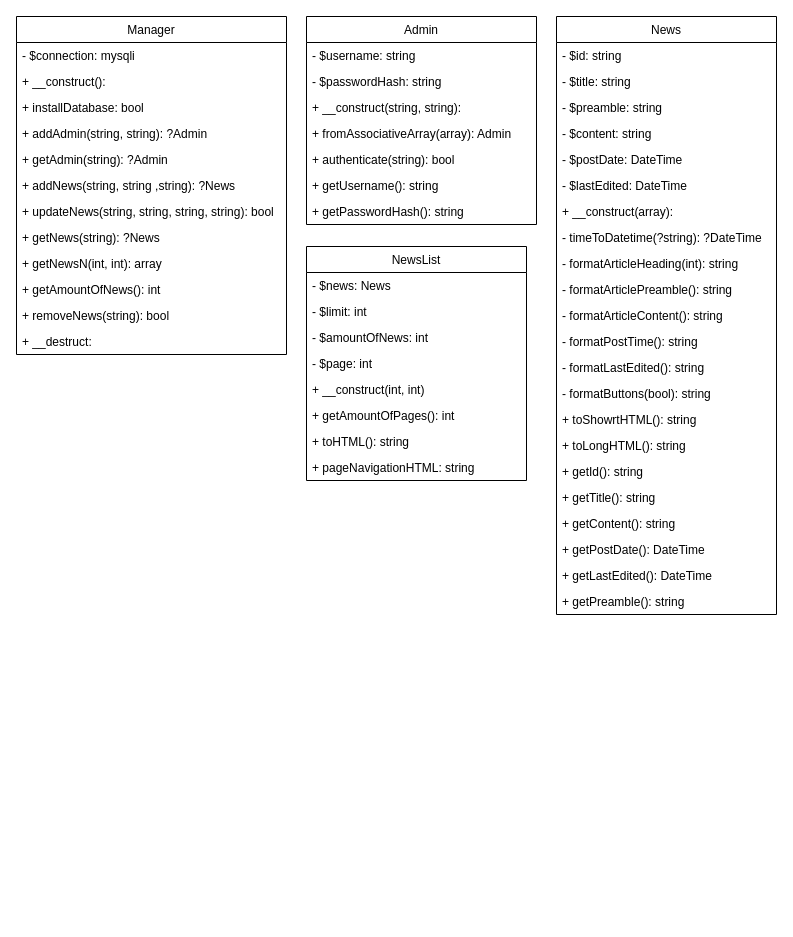
The draw.io diagram webbutveckling/Webbutveckling2/Moment/Moment3/UML.drawio in EliasEriksson/miun, before the edit. Source tidied: cells renumbered, new cells numbered last; positions are measured from the earlier drawing's top-left corner, leaving out a move shared by most shapes. Both pictures are drawn from the tidied source at 100%, with x=0, y=0 at pixel (16, 16).
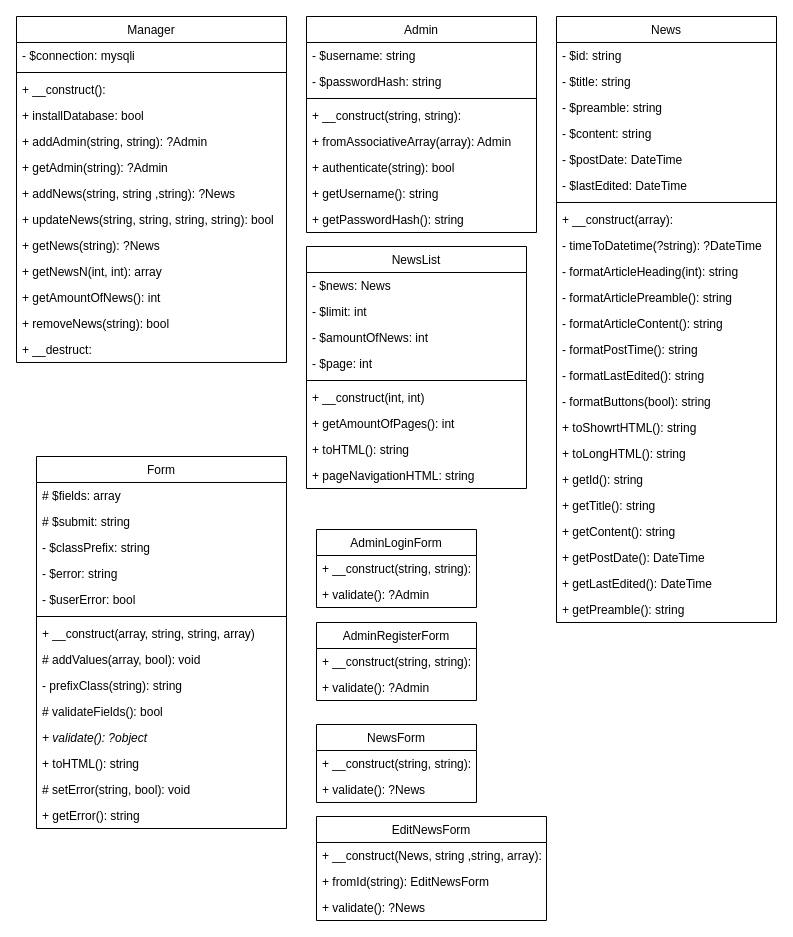
After the change.

Diff of the diagram source:
```diff
@@
     <mxCell id="2" value="Manager" style="swimlane;fontStyle=0;horizontal=1;startSize=26;fillColor=none;" parent="1" vertex="1">
-      <mxGeometry width="270" height="338" as="geometry" />
+      <mxGeometry width="270" height="346" as="geometry" />
     </mxCell>
@@
+    <mxCell id="55" style="line;strokeWidth=1;fillColor=none;align=left;verticalAlign=middle;spacingTop=-1;spacingLeft=3;spacingRight=3;labelPosition=right;" parent="2" vertex="1">
+      <mxGeometry y="52" width="270" height="8" as="geometry" />
+    </mxCell>
     <mxCell id="4" value="+ __construct():" style="text;strokeColor=none;fillColor=none;align=left;verticalAlign=top;spacingLeft=4;spacingRight=4;overflow=hidden;" parent="2" vertex="1">
-      <mxGeometry y="52" width="270" height="26" as="geometry" />
+      <mxGeometry y="60" width="270" height="26" as="geometry" />
     </mxCell>
     <mxCell id="5" value="+ installDatabase: bool" style="text;strokeColor=none;fillColor=none;align=left;verticalAlign=top;spacingLeft=4;spacingRight=4;overflow=hidden;" parent="2" vertex="1">
-      <mxGeometry y="78" width="270" height="26" as="geometry" />
+      <mxGeometry y="86" width="270" height="26" as="geometry" />
     </mxCell>
     <mxCell id="6" value="+ addAdmin(string, string): ?Admin" style="text;strokeColor=none;fillColor=none;align=left;verticalAlign=top;spacingLeft=4;spacingRight=4;overflow=hidden;" parent="2" vertex="1">
-      <mxGeometry y="104" width="270" height="26" as="geometry" />
+      <mxGeometry y="112" width="270" height="26" as="geometry" />
     </mxCell>
     <mxCell id="7" value="+ getAdmin(string): ?Admin" style="text;strokeColor=none;fillColor=none;align=left;verticalAlign=top;spacingLeft=4;spacingRight=4;overflow=hidden;" parent="2" vertex="1">
-      <mxGeometry y="130" width="270" height="26" as="geometry" />
+      <mxGeometry y="138" width="270" height="26" as="geometry" />
     </mxCell>
     <mxCell id="8" value="+ addNews(string, string ,string): ?News" style="text;strokeColor=none;fillColor=none;align=left;verticalAlign=top;spacingLeft=4;spacingRight=4;overflow=hidden;" parent="2" vertex="1">
-      <mxGeometry y="156" width="270" height="26" as="geometry" />
+      <mxGeometry y="164" width="270" height="26" as="geometry" />
     </mxCell>
     <mxCell id="9" value="+ updateNews(string, string, string, string): bool" style="text;strokeColor=none;fillColor=none;align=left;verticalAlign=top;spacingLeft=4;spacingRight=4;overflow=hidden;" parent="2" vertex="1">
-      <mxGeometry y="182" width="270" height="26" as="geometry" />
+      <mxGeometry y="190" width="270" height="26" as="geometry" />
     </mxCell>
     <mxCell id="10" value="+ getNews(string): ?News" style="text;strokeColor=none;fillColor=none;align=left;verticalAlign=top;spacingLeft=4;spacingRight=4;overflow=hidden;" parent="2" vertex="1">
-      <mxGeometry y="208" width="270" height="26" as="geometry" />
+      <mxGeometry y="216" width="270" height="26" as="geometry" />
     </mxCell>
     <mxCell id="11" value="+ getNewsN(int, int): array" style="text;strokeColor=none;fillColor=none;align=left;verticalAlign=top;spacingLeft=4;spacingRight=4;overflow=hidden;" parent="2" vertex="1">
-      <mxGeometry y="234" width="270" height="26" as="geometry" />
+      <mxGeometry y="242" width="270" height="26" as="geometry" />
     </mxCell>
     <mxCell id="12" value="+ getAmountOfNews(): int" style="text;strokeColor=none;fillColor=none;align=left;verticalAlign=top;spacingLeft=4;spacingRight=4;overflow=hidden;" parent="2" vertex="1">
-      <mxGeometry y="260" width="270" height="26" as="geometry" />
+      <mxGeometry y="268" width="270" height="26" as="geometry" />
     </mxCell>
     <mxCell id="13" value="+ removeNews(string): bool" style="text;strokeColor=none;fillColor=none;align=left;verticalAlign=top;spacingLeft=4;spacingRight=4;overflow=hidden;" parent="2" vertex="1">
-      <mxGeometry y="286" width="270" height="26" as="geometry" />
+      <mxGeometry y="294" width="270" height="26" as="geometry" />
     </mxCell>
     <mxCell id="14" value="+ __destruct:" style="text;strokeColor=none;fillColor=none;align=left;verticalAlign=top;spacingLeft=4;spacingRight=4;overflow=hidden;" parent="2" vertex="1">
-      <mxGeometry y="312" width="270" height="26" as="geometry" />
+      <mxGeometry y="320" width="270" height="26" as="geometry" />
     </mxCell>
     <mxCell id="15" value="Admin" style="swimlane;fontStyle=0;horizontal=1;startSize=26;fillColor=none;" parent="1" vertex="1">
-      <mxGeometry x="290" width="230" height="208" as="geometry" />
+      <mxGeometry x="290" width="230" height="216" as="geometry" />
     </mxCell>
@@
+    <mxCell id="56" style="line;strokeWidth=1;fillColor=none;align=left;verticalAlign=middle;spacingTop=-1;spacingLeft=3;spacingRight=3;labelPosition=right;" parent="15" vertex="1">
+      <mxGeometry y="78" width="230" height="8" as="geometry" />
+    </mxCell>
     <mxCell id="18" value="+ __construct(string, string):" style="text;strokeColor=none;fillColor=none;align=left;verticalAlign=top;spacingLeft=4;spacingRight=4;overflow=hidden;" parent="15" vertex="1">
-      <mxGeometry y="78" width="230" height="26" as="geometry" />
+      <mxGeometry y="86" width="230" height="26" as="geometry" />
     </mxCell>
     <mxCell id="19" value="+ fromAssociativeArray(array): Admin" style="text;strokeColor=none;fillColor=none;align=left;verticalAlign=top;spacingLeft=4;spacingRight=4;overflow=hidden;" parent="15" vertex="1">
-      <mxGeometry y="104" width="230" height="26" as="geometry" />
+      <mxGeometry y="112" width="230" height="26" as="geometry" />
     </mxCell>
     <mxCell id="20" value="+ authenticate(string): bool" style="text;strokeColor=none;fillColor=none;align=left;verticalAlign=top;spacingLeft=4;spacingRight=4;overflow=hidden;" parent="15" vertex="1">
-      <mxGeometry y="130" width="230" height="26" as="geometry" />
+      <mxGeometry y="138" width="230" height="26" as="geometry" />
     </mxCell>
     <mxCell id="21" value="+ getUsername(): string" style="text;strokeColor=none;fillColor=none;align=left;verticalAlign=top;spacingLeft=4;spacingRight=4;overflow=hidden;" parent="15" vertex="1">
-      <mxGeometry y="156" width="230" height="26" as="geometry" />
+      <mxGeometry y="164" width="230" height="26" as="geometry" />
     </mxCell>
     <mxCell id="22" value="+ getPasswordHash(): string" style="text;strokeColor=none;fillColor=none;align=left;verticalAlign=top;spacingLeft=4;spacingRight=4;overflow=hidden;" parent="15" vertex="1">
-      <mxGeometry y="182" width="230" height="26" as="geometry" />
+      <mxGeometry y="190" width="230" height="26" as="geometry" />
     </mxCell>
     <mxCell id="23" value="NewsList" style="swimlane;fontStyle=0;horizontal=1;startSize=26;fillColor=none;" parent="1" vertex="1">
-      <mxGeometry x="290" y="230" width="220" height="234" as="geometry" />
+      <mxGeometry x="290" y="230" width="220" height="242" as="geometry" />
     </mxCell>
@@
+    <mxCell id="57" style="line;strokeWidth=1;fillColor=none;align=left;verticalAlign=middle;spacingTop=-1;spacingLeft=3;spacingRight=3;labelPosition=right;" parent="23" vertex="1">
+      <mxGeometry y="130" width="220" height="8" as="geometry" />
+    </mxCell>
     <mxCell id="28" value="+ __construct(int, int)" style="text;strokeColor=none;fillColor=none;align=left;verticalAlign=top;spacingLeft=4;spacingRight=4;overflow=hidden;" parent="23" vertex="1">
-      <mxGeometry y="130" width="220" height="26" as="geometry" />
+      <mxGeometry y="138" width="220" height="26" as="geometry" />
     </mxCell>
     <mxCell id="29" value="+ getAmountOfPages(): int" style="text;strokeColor=none;fillColor=none;align=left;verticalAlign=top;spacingLeft=4;spacingRight=4;overflow=hidden;" parent="23" vertex="1">
-      <mxGeometry y="156" width="220" height="26" as="geometry" />
+      <mxGeometry y="164" width="220" height="26" as="geometry" />
     </mxCell>
     <mxCell id="30" value="+ toHTML(): string" style="text;strokeColor=none;fillColor=none;align=left;verticalAlign=top;spacingLeft=4;spacingRight=4;overflow=hidden;" parent="23" vertex="1">
-      <mxGeometry y="182" width="220" height="26" as="geometry" />
+      <mxGeometry y="190" width="220" height="26" as="geometry" />
     </mxCell>
     <mxCell id="31" value="+ pageNavigationHTML: string" style="text;strokeColor=none;fillColor=none;align=left;verticalAlign=top;spacingLeft=4;spacingRight=4;overflow=hidden;" parent="23" vertex="1">
-      <mxGeometry y="208" width="220" height="26" as="geometry" />
+      <mxGeometry y="216" width="220" height="26" as="geometry" />
     </mxCell>
     <mxCell id="32" value="News" style="swimlane;fontStyle=0;horizontal=1;startSize=26;fillColor=none;" parent="1" vertex="1">
-      <mxGeometry x="540" width="220" height="598" as="geometry" />
+      <mxGeometry x="540" width="220" height="606" as="geometry" />
     </mxCell>
@@
+    <mxCell id="58" style="line;strokeWidth=1;fillColor=none;align=left;verticalAlign=middle;spacingTop=-1;spacingLeft=3;spacingRight=3;labelPosition=right;" parent="32" vertex="1">
+      <mxGeometry y="182" width="220" height="8" as="geometry" />
+    </mxCell>
     <mxCell id="39" value="+ __construct(array):" style="text;strokeColor=none;fillColor=none;align=left;verticalAlign=top;spacingLeft=4;spacingRight=4;overflow=hidden;" parent="32" vertex="1">
-      <mxGeometry y="182" width="220" height="26" as="geometry" />
+      <mxGeometry y="190" width="220" height="26" as="geometry" />
     </mxCell>
     <mxCell id="40" value="- timeToDatetime(?string): ?DateTime" style="text;strokeColor=none;fillColor=none;align=left;verticalAlign=top;spacingLeft=4;spacingRight=4;overflow=hidden;" parent="32" vertex="1">
-      <mxGeometry y="208" width="220" height="26" as="geometry" />
+      <mxGeometry y="216" width="220" height="26" as="geometry" />
     </mxCell>
     <mxCell id="41" value="- formatArticleHeading(int): string" style="text;strokeColor=none;fillColor=none;align=left;verticalAlign=top;spacingLeft=4;spacingRight=4;overflow=hidden;" parent="32" vertex="1">
-      <mxGeometry y="234" width="220" height="26" as="geometry" />
+      <mxGeometry y="242" width="220" height="26" as="geometry" />
     </mxCell>
     <mxCell id="42" value="- formatArticlePreamble(): string" style="text;strokeColor=none;fillColor=none;align=left;verticalAlign=top;spacingLeft=4;spacingRight=4;overflow=hidden;" parent="32" vertex="1">
-      <mxGeometry y="260" width="220" height="26" as="geometry" />
+      <mxGeometry y="268" width="220" height="26" as="geometry" />
     </mxCell>
     <mxCell id="43" value="- formatArticleContent(): string" style="text;strokeColor=none;fillColor=none;align=left;verticalAlign=top;spacingLeft=4;spacingRight=4;overflow=hidden;" parent="32" vertex="1">
-      <mxGeometry y="286" width="220" height="26" as="geometry" />
+      <mxGeometry y="294" width="220" height="26" as="geometry" />
     </mxCell>
     <mxCell id="44" value="- formatPostTime(): string" style="text;strokeColor=none;fillColor=none;align=left;verticalAlign=top;spacingLeft=4;spacingRight=4;overflow=hidden;" parent="32" vertex="1">
-      <mxGeometry y="312" width="220" height="26" as="geometry" />
+      <mxGeometry y="320" width="220" height="26" as="geometry" />
     </mxCell>
     <mxCell id="45" value="- formatLastEdited(): string" style="text;strokeColor=none;fillColor=none;align=left;verticalAlign=top;spacingLeft=4;spacingRight=4;overflow=hidden;" parent="32" vertex="1">
-      <mxGeometry y="338" width="220" height="26" as="geometry" />
+      <mxGeometry y="346" width="220" height="26" as="geometry" />
     </mxCell>
     <mxCell id="46" value="- formatButtons(bool): string" style="text;strokeColor=none;fillColor=none;align=left;verticalAlign=top;spacingLeft=4;spacingRight=4;overflow=hidden;" parent="32" vertex="1">
-      <mxGeometry y="364" width="220" height="26" as="geometry" />
+      <mxGeometry y="372" width="220" height="26" as="geometry" />
     </mxCell>
     <mxCell id="47" value="+ toShowrtHTML(): string" style="text;strokeColor=none;fillColor=none;align=left;verticalAlign=top;spacingLeft=4;spacingRight=4;overflow=hidden;" parent="32" vertex="1">
-      <mxGeometry y="390" width="220" height="26" as="geometry" />
+      <mxGeometry y="398" width="220" height="26" as="geometry" />
     </mxCell>
     <mxCell id="48" value="+ toLongHTML(): string" style="text;strokeColor=none;fillColor=none;align=left;verticalAlign=top;spacingLeft=4;spacingRight=4;overflow=hidden;" parent="32" vertex="1">
-      <mxGeometry y="416" width="220" height="26" as="geometry" />
+      <mxGeometry y="424" width="220" height="26" as="geometry" />
     </mxCell>
     <mxCell id="49" value="+ getId(): string" style="text;strokeColor=none;fillColor=none;align=left;verticalAlign=top;spacingLeft=4;spacingRight=4;overflow=hidden;" parent="32" vertex="1">
-      <mxGeometry y="442" width="220" height="26" as="geometry" />
+      <mxGeometry y="450" width="220" height="26" as="geometry" />
     </mxCell>
     <mxCell id="50" value="+ getTitle(): string" style="text;strokeColor=none;fillColor=none;align=left;verticalAlign=top;spacingLeft=4;spacingRight=4;overflow=hidden;" parent="32" vertex="1">
-      <mxGeometry y="468" width="220" height="26" as="geometry" />
+      <mxGeometry y="476" width="220" height="26" as="geometry" />
     </mxCell>
     <mxCell id="51" value="+ getContent(): string" style="text;strokeColor=none;fillColor=none;align=left;verticalAlign=top;spacingLeft=4;spacingRight=4;overflow=hidden;" parent="32" vertex="1">
-      <mxGeometry y="494" width="220" height="26" as="geometry" />
+      <mxGeometry y="502" width="220" height="26" as="geometry" />
     </mxCell>
     <mxCell id="52" value="+ getPostDate(): DateTime" style="text;strokeColor=none;fillColor=none;align=left;verticalAlign=top;spacingLeft=4;spacingRight=4;overflow=hidden;" parent="32" vertex="1">
-      <mxGeometry y="520" width="220" height="26" as="geometry" />
+      <mxGeometry y="528" width="220" height="26" as="geometry" />
     </mxCell>
     <mxCell id="53" value="+ getLastEdited(): DateTime" style="text;strokeColor=none;fillColor=none;align=left;verticalAlign=top;spacingLeft=4;spacingRight=4;overflow=hidden;" parent="32" vertex="1">
-      <mxGeometry y="546" width="220" height="26" as="geometry" />
+      <mxGeometry y="554" width="220" height="26" as="geometry" />
     </mxCell>
     <mxCell id="54" value="+ getPreamble(): string" style="text;strokeColor=none;fillColor=none;align=left;verticalAlign=top;spacingLeft=4;spacingRight=4;overflow=hidden;" parent="32" vertex="1">
-      <mxGeometry y="572" width="220" height="26" as="geometry" />
+      <mxGeometry y="580" width="220" height="26" as="geometry" />
     </mxCell>
+    <mxCell id="59" value="Form" style="swimlane;fontStyle=0;horizontal=1;startSize=26;fillColor=none;" parent="1" vertex="1">
+      <mxGeometry x="20" y="440" width="250" height="372" as="geometry" />
+    </mxCell>
+    <mxCell id="60" value="# $fields: array" style="text;strokeColor=none;fillColor=none;align=left;verticalAlign=top;spacingLeft=4;spacingRight=4;overflow=hidden;" parent="59" vertex="1">
+      <mxGeometry y="26" width="250" height="26" as="geometry" />
+    </mxCell>
+    <mxCell id="61" value="# $submit: string" style="text;strokeColor=none;fillColor=none;align=left;verticalAlign=top;spacingLeft=4;spacingRight=4;overflow=hidden;" parent="59" vertex="1">
+      <mxGeometry y="52" width="250" height="26" as="geometry" />
+    </mxCell>
+    <mxCell id="62" value="- $classPrefix: string" style="text;strokeColor=none;fillColor=none;align=left;verticalAlign=top;spacingLeft=4;spacingRight=4;overflow=hidden;" parent="59" vertex="1">
+      <mxGeometry y="78" width="250" height="26" as="geometry" />
+    </mxCell>
+    <mxCell id="63" value="- $error: string" style="text;strokeColor=none;fillColor=none;align=left;verticalAlign=top;spacingLeft=4;spacingRight=4;overflow=hidden;" parent="59" vertex="1">
+      <mxGeometry y="104" width="250" height="26" as="geometry" />
+    </mxCell>
+    <mxCell id="64" value="- $userError: bool" style="text;strokeColor=none;fillColor=none;align=left;verticalAlign=top;spacingLeft=4;spacingRight=4;overflow=hidden;" parent="59" vertex="1">
+      <mxGeometry y="130" width="250" height="26" as="geometry" />
+    </mxCell>
+    <mxCell id="65" style="line;strokeWidth=1;fillColor=none;align=left;verticalAlign=middle;spacingTop=-1;spacingLeft=3;spacingRight=3;labelPosition=right;" parent="59" vertex="1">
+      <mxGeometry y="156" width="250" height="8" as="geometry" />
+    </mxCell>
+    <mxCell id="66" value="+ __construct(array, string, string, array)" style="text;strokeColor=none;fillColor=none;align=left;verticalAlign=top;spacingLeft=4;spacingRight=4;overflow=hidden;" parent="59" vertex="1">
+      <mxGeometry y="164" width="250" height="26" as="geometry" />
+    </mxCell>
+    <mxCell id="67" value="# addValues(array, bool): void" style="text;strokeColor=none;fillColor=none;align=left;verticalAlign=top;spacingLeft=4;spacingRight=4;overflow=hidden;" parent="59" vertex="1">
+      <mxGeometry y="190" width="250" height="26" as="geometry" />
+    </mxCell>
+    <mxCell id="68" value="- prefixClass(string): string" style="text;strokeColor=none;fillColor=none;align=left;verticalAlign=top;spacingLeft=4;spacingRight=4;overflow=hidden;" parent="59" vertex="1">
+      <mxGeometry y="216" width="250" height="26" as="geometry" />
+    </mxCell>
+    <mxCell id="69" value="# validateFields(): bool" style="text;strokeColor=none;fillColor=none;align=left;verticalAlign=top;spacingLeft=4;spacingRight=4;overflow=hidden;" parent="59" vertex="1">
+      <mxGeometry y="242" width="250" height="26" as="geometry" />
+    </mxCell>
+    <mxCell id="70" value="+ validate(): ?object" style="text;strokeColor=none;fillColor=none;align=left;verticalAlign=top;spacingLeft=4;spacingRight=4;overflow=hidden;fontStyle=2;" parent="59" vertex="1">
+      <mxGeometry y="268" width="250" height="26" as="geometry" />
+    </mxCell>
+    <mxCell id="71" value="+ toHTML(): string" style="text;strokeColor=none;fillColor=none;align=left;verticalAlign=top;spacingLeft=4;spacingRight=4;overflow=hidden;" parent="59" vertex="1">
+      <mxGeometry y="294" width="250" height="26" as="geometry" />
+    </mxCell>
+    <mxCell id="72" value="# setError(string, bool): void" style="text;strokeColor=none;fillColor=none;align=left;verticalAlign=top;spacingLeft=4;spacingRight=4;overflow=hidden;" parent="59" vertex="1">
+      <mxGeometry y="320" width="250" height="26" as="geometry" />
+    </mxCell>
+    <mxCell id="73" value="+ getError(): string" style="text;strokeColor=none;fillColor=none;align=left;verticalAlign=top;spacingLeft=4;spacingRight=4;overflow=hidden;" parent="59" vertex="1">
+      <mxGeometry y="346" width="250" height="26" as="geometry" />
+    </mxCell>
+    <mxCell id="74" value="AdminLoginForm" style="swimlane;fontStyle=0;horizontal=1;startSize=26;fillColor=none;" parent="1" vertex="1">
+      <mxGeometry x="300" y="513" width="160" height="78" as="geometry" />
+    </mxCell>
+    <mxCell id="75" value="+ __construct(string, string):" style="text;strokeColor=none;fillColor=none;align=left;verticalAlign=top;spacingLeft=4;spacingRight=4;overflow=hidden;" parent="74" vertex="1">
+      <mxGeometry y="26" width="160" height="26" as="geometry" />
+    </mxCell>
+    <mxCell id="76" value="+ validate(): ?Admin" style="text;strokeColor=none;fillColor=none;align=left;verticalAlign=top;spacingLeft=4;spacingRight=4;overflow=hidden;" parent="74" vertex="1">
+      <mxGeometry y="52" width="160" height="26" as="geometry" />
+    </mxCell>
+    <mxCell id="77" value="AdminRegisterForm" style="swimlane;fontStyle=0;horizontal=1;startSize=26;fillColor=none;" parent="1" vertex="1">
+      <mxGeometry x="300" y="606" width="160" height="78" as="geometry" />
+    </mxCell>
+    <mxCell id="78" value="+ __construct(string, string):" style="text;strokeColor=none;fillColor=none;align=left;verticalAlign=top;spacingLeft=4;spacingRight=4;overflow=hidden;" parent="77" vertex="1">
+      <mxGeometry y="26" width="160" height="26" as="geometry" />
+    </mxCell>
+    <mxCell id="79" value="+ validate(): ?Admin" style="text;strokeColor=none;fillColor=none;align=left;verticalAlign=top;spacingLeft=4;spacingRight=4;overflow=hidden;" parent="77" vertex="1">
+      <mxGeometry y="52" width="160" height="26" as="geometry" />
+    </mxCell>
+    <mxCell id="80" value="NewsForm" style="swimlane;fontStyle=0;horizontal=1;startSize=26;fillColor=none;" parent="1" vertex="1">
+      <mxGeometry x="300" y="708" width="160" height="78" as="geometry" />
+    </mxCell>
+    <mxCell id="81" value="+ __construct(string, string):" style="text;strokeColor=none;fillColor=none;align=left;verticalAlign=top;spacingLeft=4;spacingRight=4;overflow=hidden;" parent="80" vertex="1">
+      <mxGeometry y="26" width="160" height="26" as="geometry" />
+    </mxCell>
+    <mxCell id="82" value="+ validate(): ?News" style="text;strokeColor=none;fillColor=none;align=left;verticalAlign=top;spacingLeft=4;spacingRight=4;overflow=hidden;" parent="80" vertex="1">
+      <mxGeometry y="52" width="160" height="26" as="geometry" />
+    </mxCell>
+    <mxCell id="83" value="EditNewsForm" style="swimlane;fontStyle=0;horizontal=1;startSize=26;fillColor=none;" parent="1" vertex="1">
+      <mxGeometry x="300" y="800" width="230" height="104" as="geometry" />
+    </mxCell>
+    <mxCell id="84" value="+ __construct(News, string ,string, array):" style="text;strokeColor=none;fillColor=none;align=left;verticalAlign=top;spacingLeft=4;spacingRight=4;overflow=hidden;" parent="83" vertex="1">
+      <mxGeometry y="26" width="230" height="26" as="geometry" />
+    </mxCell>
+    <mxCell id="85" value="+ fromId(string): EditNewsForm" style="text;strokeColor=none;fillColor=none;align=left;verticalAlign=top;spacingLeft=4;spacingRight=4;overflow=hidden;" parent="83" vertex="1">
+      <mxGeometry y="52" width="230" height="26" as="geometry" />
+    </mxCell>
+    <mxCell id="86" value="+ validate(): ?News" style="text;strokeColor=none;fillColor=none;align=left;verticalAlign=top;spacingLeft=4;spacingRight=4;overflow=hidden;" parent="83" vertex="1">
+      <mxGeometry y="78" width="230" height="26" as="geometry" />
+    </mxCell>
```
